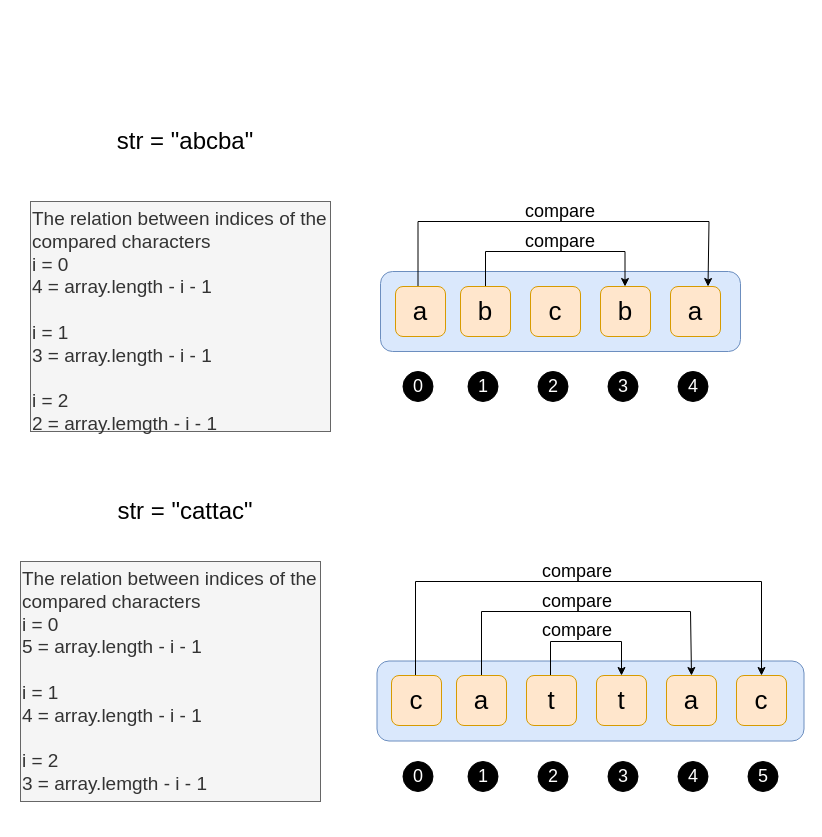
The draw.io diagram palindrome/palindrome1.drawio in islamCodehood/coding-interview-qs, before the edit. Source tidied: cells renumbered, new cells numbered last; positions are measured from the earlier drawing's top-left corner, leaving out a move shared by most shapes. Both pictures are drawn from the tidied source at 100%, with x=0, y=0 at pixel (20, 131).
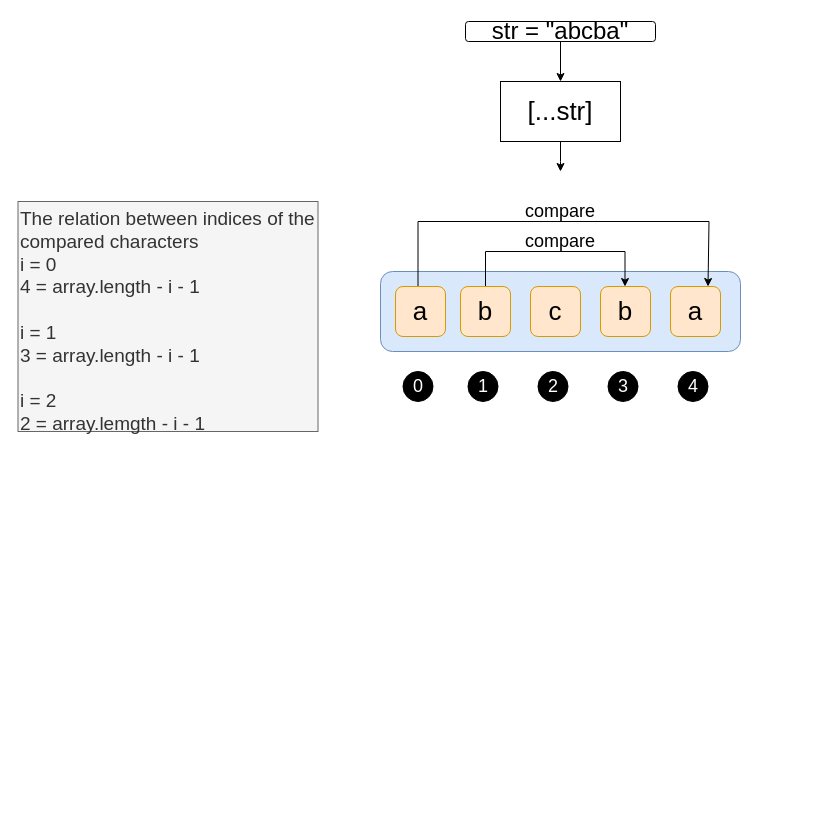
After the change.

The change refers to these unchanged cells:
```xml
<mxCell id="6" value="b" style="rounded=1;whiteSpace=wrap;html=1;fillColor=#ffe6cc;strokeColor=#d79b00;fontSize=26;" parent="1" vertex="1">
  <mxGeometry x="440" y="155" width="50" height="50" as="geometry" />
</mxCell>
<mxCell id="8" value="b" style="rounded=1;whiteSpace=wrap;html=1;fillColor=#ffe6cc;strokeColor=#d79b00;fontSize=26;" parent="1" vertex="1">
  <mxGeometry x="580" y="155" width="50" height="50" as="geometry" />
</mxCell>
```

Change to the diagram source:
```diff
@@
-    <mxCell id="2" style="rounded=1;whiteSpace=wrap;html=1;fillColor=#dae8fc;strokeColor=#6c8ebf;fontSize=15;" parent="1" vertex="1">
+    <mxCell id="2" style="rounded=1;whiteSpace=wrap;html=1;fillColor=#dae8fc;strokeColor=#6c8ebf;fontSize=26;" parent="1" vertex="1">
       <mxGeometry x="360" y="140" width="360" height="80" as="geometry" />
     </mxCell>
@@
-    <mxCell id="5" style="edgeStyle=orthogonalEdgeStyle;rounded=0;jettySize=auto;html=1;" parent="1" edge="1" source="6" target="8">
+    <mxCell id="5" style="edgeStyle=orthogonalEdgeStyle;rounded=0;jettySize=auto;html=1;fontSize=26;" parent="1" edge="1" source="6" target="8">
       <mxGeometry relative="1" as="geometry">
         <Array as="points">
           <mxPoint x="464.5" y="120" />
           <mxPoint x="604.5" y="120" />
         </Array>
       </mxGeometry>
     </mxCell>
@@
-    <mxCell id="17" style="rounded=1;whiteSpace=wrap;html=1;fillColor=#dae8fc;strokeColor=#6c8ebf;fontSize=15;" parent="1" vertex="1">
-      <mxGeometry x="356.5" y="529.5" width="427" height="80" as="geometry" />
-    </mxCell>
-    <mxCell id="18" style="edgeStyle=orthogonalEdgeStyle;rounded=0;jettySize=auto;html=1;entryX=0.5;entryY=0;entryDx=0;entryDy=0;" parent="1" edge="1" source="19" target="26">
-      <mxGeometry relative="1" as="geometry">
-        <Array as="points">
-          <mxPoint x="395" y="450" />
-          <mxPoint x="741" y="450" />
-        </Array>
-      </mxGeometry>
-    </mxCell>
-    <mxCell id="19" value="c" style="rounded=1;whiteSpace=wrap;html=1;fillColor=#ffe6cc;strokeColor=#d79b00;fontSize=26;" parent="1" vertex="1">
-      <mxGeometry x="371" y="544" width="50" height="50" as="geometry" />
-    </mxCell>
-    <mxCell id="20" style="edgeStyle=orthogonalEdgeStyle;rounded=0;jettySize=auto;html=1;entryX=0.5;entryY=0;entryDx=0;entryDy=0;" parent="1" edge="1" source="21" target="25">
-      <mxGeometry relative="1" as="geometry">
-        <Array as="points">
-          <mxPoint x="461" y="480" />
-          <mxPoint x="670" y="480" />
-        </Array>
-      </mxGeometry>
-    </mxCell>
-    <mxCell id="21" value="a" style="rounded=1;whiteSpace=wrap;html=1;fillColor=#ffe6cc;strokeColor=#d79b00;fontSize=26;" parent="1" vertex="1">
-      <mxGeometry x="436" y="544" width="50" height="50" as="geometry" />
-    </mxCell>
-    <mxCell id="22" style="edgeStyle=orthogonalEdgeStyle;rounded=0;jettySize=auto;html=1;entryX=0.5;entryY=0;entryDx=0;entryDy=0;" parent="1" edge="1" source="23" target="24">
-      <mxGeometry relative="1" as="geometry">
-        <Array as="points">
-          <mxPoint x="530" y="510" />
-          <mxPoint x="601" y="510" />
-        </Array>
-      </mxGeometry>
-    </mxCell>
-    <mxCell id="23" value="t" style="rounded=1;whiteSpace=wrap;html=1;fillColor=#ffe6cc;strokeColor=#d79b00;fontSize=26;" parent="1" vertex="1">
-      <mxGeometry x="506" y="544" width="50" height="50" as="geometry" />
-    </mxCell>
-    <mxCell id="24" value="t" style="rounded=1;whiteSpace=wrap;html=1;fillColor=#ffe6cc;strokeColor=#d79b00;fontSize=26;" parent="1" vertex="1">
-      <mxGeometry x="576" y="544" width="50" height="50" as="geometry" />
-    </mxCell>
-    <mxCell id="25" value="a" style="rounded=1;whiteSpace=wrap;html=1;fillColor=#ffe6cc;strokeColor=#d79b00;fontSize=26;" parent="1" vertex="1">
-      <mxGeometry x="646" y="544" width="50" height="50" as="geometry" />
-    </mxCell>
-    <mxCell id="26" value="c" style="rounded=1;whiteSpace=wrap;html=1;fillColor=#ffe6cc;strokeColor=#d79b00;fontSize=26;" parent="1" vertex="1">
-      <mxGeometry x="716" y="544" width="50" height="50" as="geometry" />
-    </mxCell>
-    <mxCell id="27" value="compare" style="text;html=1;strokeColor=none;fillColor=none;align=center;verticalAlign=middle;whiteSpace=wrap;rounded=0;fontSize=18;" parent="1" vertex="1">
-      <mxGeometry x="536.5" y="430" width="40" height="20" as="geometry" />
-    </mxCell>
-    <mxCell id="28" value="compare" style="text;html=1;strokeColor=none;fillColor=none;align=center;verticalAlign=middle;whiteSpace=wrap;rounded=0;fontSize=18;" parent="1" vertex="1">
-      <mxGeometry x="536.5" y="460" width="40" height="20" as="geometry" />
-    </mxCell>
-    <mxCell id="29" value="compare" style="text;html=1;strokeColor=none;fillColor=none;align=center;verticalAlign=middle;whiteSpace=wrap;rounded=0;fontSize=18;" parent="1" vertex="1">
-      <mxGeometry x="536.5" y="489" width="40" height="20" as="geometry" />
-    </mxCell>
-    <mxCell id="30" value="0" style="ellipse;whiteSpace=wrap;html=1;fontSize=18;fillColor=#000000;fontColor=#FFFFFF;fontStyle=0;" parent="1" vertex="1">
-      <mxGeometry x="382.5" y="630" width="30" height="30" as="geometry" />
-    </mxCell>
-    <mxCell id="31" value="1" style="ellipse;whiteSpace=wrap;html=1;fontSize=18;fillColor=#000000;fontColor=#FFFFFF;fontStyle=0;" parent="1" vertex="1">
-      <mxGeometry x="447.5" y="630" width="30" height="30" as="geometry" />
-    </mxCell>
-    <mxCell id="32" value="2" style="ellipse;whiteSpace=wrap;html=1;fontSize=18;fillColor=#000000;fontColor=#FFFFFF;fontStyle=0;" parent="1" vertex="1">
-      <mxGeometry x="517.5" y="630" width="30" height="30" as="geometry" />
-    </mxCell>
-    <mxCell id="33" value="3" style="ellipse;whiteSpace=wrap;html=1;fontSize=18;fillColor=#000000;fontColor=#FFFFFF;fontStyle=0;" parent="1" vertex="1">
-      <mxGeometry x="587.5" y="630" width="30" height="30" as="geometry" />
-    </mxCell>
-    <mxCell id="34" value="4" style="ellipse;whiteSpace=wrap;html=1;fontSize=18;fillColor=#000000;fontColor=#FFFFFF;fontStyle=0;" parent="1" vertex="1">
-      <mxGeometry x="657.5" y="630" width="30" height="30" as="geometry" />
-    </mxCell>
-    <mxCell id="35" value="5" style="ellipse;whiteSpace=wrap;html=1;fontSize=18;fillColor=#000000;fontColor=#FFFFFF;fontStyle=0;" parent="1" vertex="1">
-      <mxGeometry x="727.5" y="630" width="30" height="30" as="geometry" />
-    </mxCell>
     <mxCell id="36" value="The relation between indices of the compared characters&lt;br style=&quot;font-size: 19px;&quot;&gt;i = 0&lt;br style=&quot;font-size: 19px;&quot;&gt;4 = array.length - i - 1&lt;br style=&quot;font-size: 19px;&quot;&gt;&lt;br style=&quot;font-size: 19px;&quot;&gt;i = 1&amp;nbsp;&lt;br style=&quot;font-size: 19px;&quot;&gt;3 = array.length - i - 1&lt;br style=&quot;font-size: 19px;&quot;&gt;&lt;br style=&quot;font-size: 19px;&quot;&gt;i = 2&lt;br style=&quot;font-size: 19px;&quot;&gt;2 = array.lemgth - i - 1&amp;nbsp;&lt;br style=&quot;font-size: 19px;&quot;&gt;&amp;nbsp;" style="text;html=1;strokeColor=#666666;fillColor=#f5f5f5;align=left;verticalAlign=top;whiteSpace=wrap;rounded=0;labelBackgroundColor=none;fontSize=19;fontColor=#333333;horizontal=1;" parent="1" vertex="1">
-      <mxGeometry x="10" y="70" width="300" height="230" as="geometry" />
+      <mxGeometry x="-2.5" y="70" width="300" height="230" as="geometry" />
     </mxCell>
-    <mxCell id="37" value="The relation between indices of the compared characters&lt;br style=&quot;font-size: 19px;&quot;&gt;i = 0&lt;br style=&quot;font-size: 19px;&quot;&gt;5 = array.length - i - 1&lt;br style=&quot;font-size: 19px;&quot;&gt;&lt;br style=&quot;font-size: 19px;&quot;&gt;i = 1&amp;nbsp;&lt;br style=&quot;font-size: 19px;&quot;&gt;4 = array.length - i - 1&lt;br style=&quot;font-size: 19px;&quot;&gt;&lt;br style=&quot;font-size: 19px;&quot;&gt;i = 2&lt;br style=&quot;font-size: 19px;&quot;&gt;3 = array.lemgth - i - 1&amp;nbsp;&lt;br style=&quot;font-size: 19px;&quot;&gt;&amp;nbsp;" style="text;html=1;strokeColor=#666666;fillColor=#f5f5f5;align=left;verticalAlign=top;whiteSpace=wrap;rounded=0;labelBackgroundColor=none;fontSize=19;fontColor=#333333;horizontal=1;" parent="1" vertex="1">
-      <mxGeometry y="430" width="300" height="240" as="geometry" />
-    </mxCell>
+    <mxCell id="40" style="edgeStyle=orthogonalEdgeStyle;rounded=0;jettySize=auto;html=1;fontSize=26;" parent="1" edge="1" source="38" target="42">
+      <mxGeometry relative="1" as="geometry" />
+    </mxCell>
-    <mxCell id="38" value="str = &quot;abcba&quot;" style="text;html=1;strokeColor=none;fillColor=none;align=center;verticalAlign=middle;whiteSpace=wrap;rounded=0;fontSize=24;" parent="1" vertex="1">
-      <mxGeometry x="70" width="190" height="20" as="geometry" />
+    <mxCell id="38" value="str = &quot;abcba&quot;" style="text;html=1;strokeColor=#000000;fillColor=none;align=center;verticalAlign=middle;whiteSpace=wrap;rounded=1;fontSize=24;" parent="1" vertex="1">
+      <mxGeometry x="445" y="-110" width="190" height="20" as="geometry" />
     </mxCell>
-    <mxCell id="39" value="str = &quot;cattac&quot;" style="text;html=1;strokeColor=none;fillColor=none;align=center;verticalAlign=middle;whiteSpace=wrap;rounded=0;fontSize=24;" parent="1" vertex="1">
-      <mxGeometry x="70" y="370" width="190" height="20" as="geometry" />
-    </mxCell>
+    <mxCell id="41" style="edgeStyle=orthogonalEdgeStyle;rounded=0;jettySize=auto;html=1;fontSize=26;" parent="1" edge="1" source="42">
+      <mxGeometry relative="1" as="geometry">
+        <mxPoint x="540" y="40" as="targetPoint" />
+      </mxGeometry>
+    </mxCell>
+    <mxCell id="42" value="[...str]" style="rounded=0;whiteSpace=wrap;html=1;fontSize=26;" parent="1" vertex="1">
+      <mxGeometry x="480" y="-50" width="120" height="60" as="geometry" />
+    </mxCell>
```
